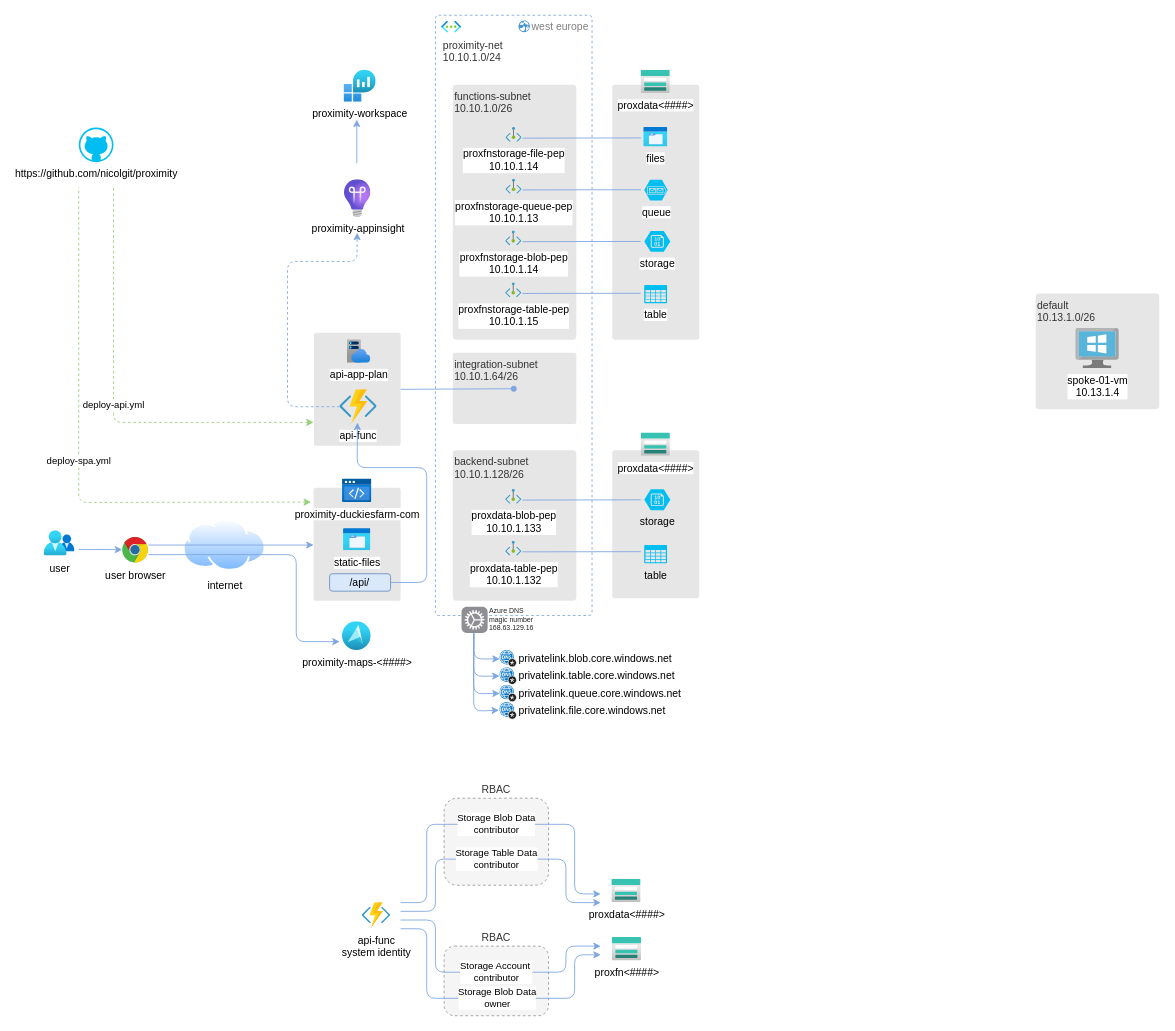
nicolgit/proximity keeps this draw.io diagram as deployment/proximity-architecture.drawio. Above is the earlier version. Source tidied: cells renumbered, new cells numbered last; positions are measured from the earlier drawing's top-left corner, leaving out a move shared by most shapes. Both pictures are drawn from the tidied source at 87%, with x=0, y=0 at pixel (44, 15).
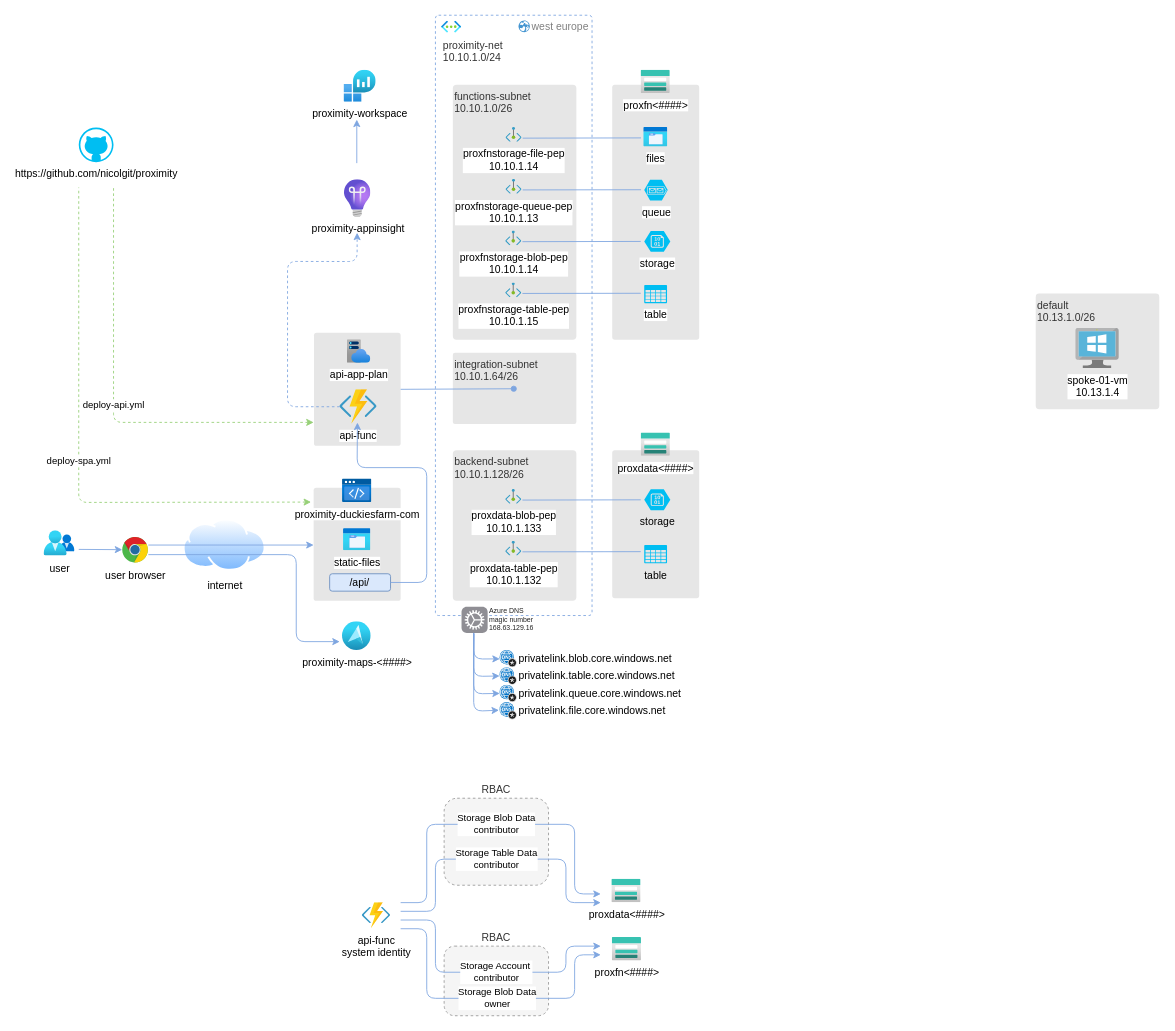
The same page after the edit.

Diff of the diagram source:
```diff
@@
-    <mxCell id="36" value="proxdata&amp;lt;####&amp;gt;" style="image;html=1;align=center;fontSize=12;image=img/lib/azure2/storage/Storage_Accounts.svg;" parent="1" vertex="1">
+    <mxCell id="36" value="proxfn&amp;lt;####&amp;gt;" style="image;html=1;align=center;fontSize=12;image=img/lib/azure2/storage/Storage_Accounts.svg;" parent="1" vertex="1">
       <mxGeometry x="686.3" y="63.1" width="33.6" height="26.9" as="geometry" />
     </mxCell>
```
